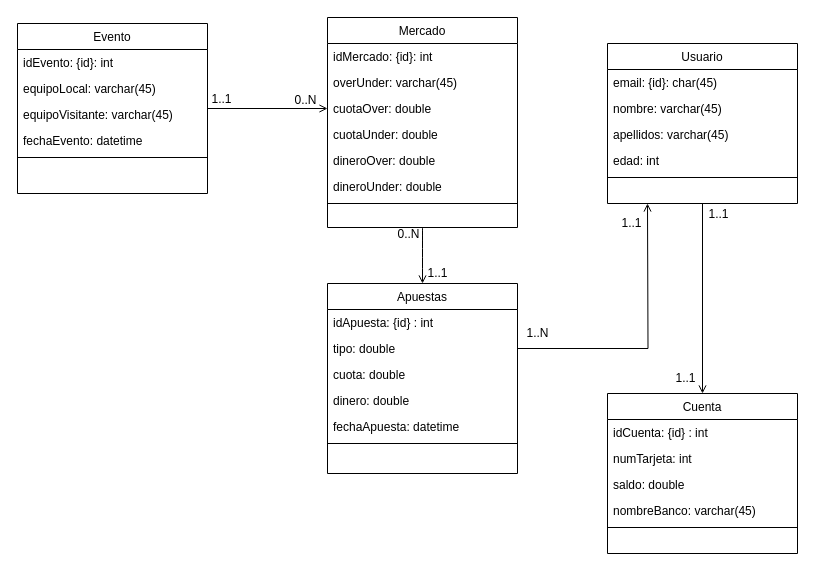
This is AEV1/Modelos/modeloconceptual.drawio from xAdri/DAM_AccesoDatos, a draw.io file, before an edit. Source tidied: cells renumbered, new cells numbered last; positions are measured from the earlier drawing's top-left corner, leaving out a move shared by most shapes. Both pictures are drawn from the tidied source at 100%, with x=0, y=0 at pixel (17, 17).
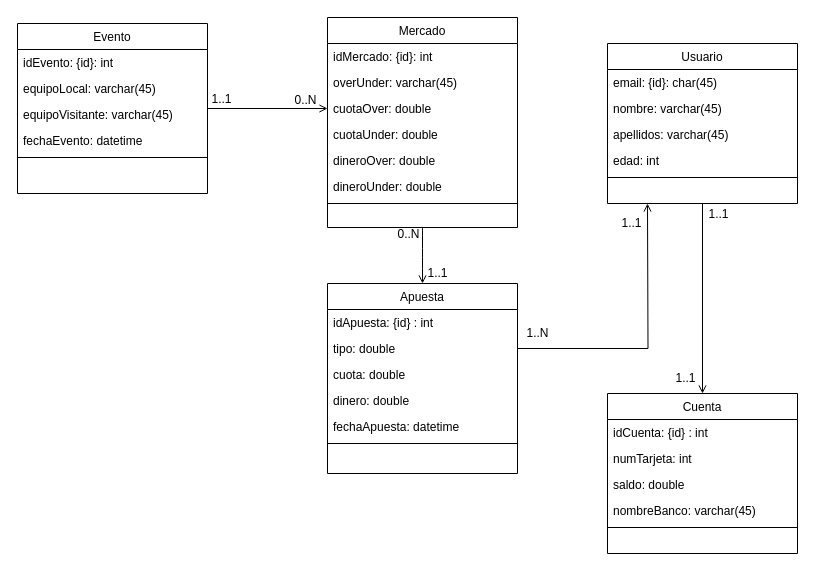
The same page after the edit.

Change to the diagram source:
```diff
@@
-    <mxCell id="2" value="Apuestas" style="swimlane;fontStyle=0;align=center;verticalAlign=top;horizontal=1;startSize=26;rounded=0;shadow=0;strokeWidth=1;" parent="1" vertex="1">
+    <mxCell id="2" value="Apuesta" style="swimlane;fontStyle=0;align=center;verticalAlign=top;horizontal=1;startSize=26;rounded=0;shadow=0;strokeWidth=1;" parent="1" vertex="1">
       <mxGeometry x="310" y="266" width="190" height="190" as="geometry" />
     </mxCell>
```
